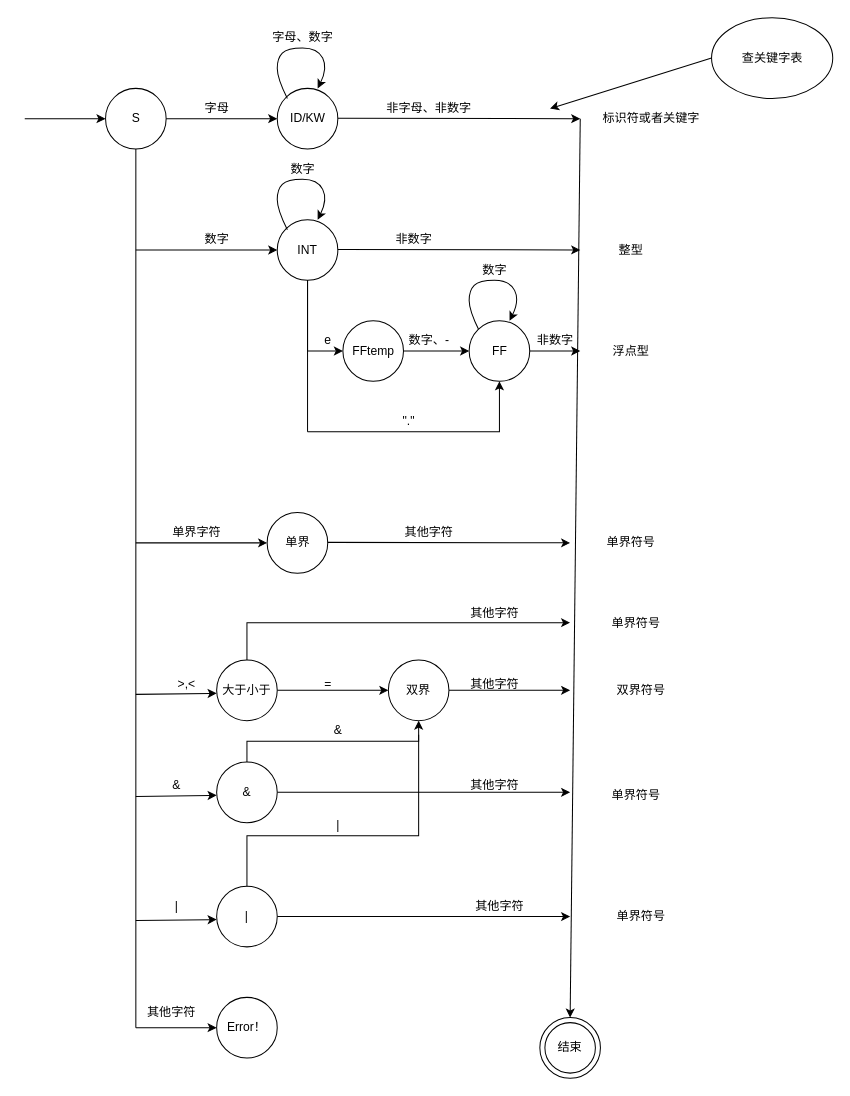
This is Draw/Untitled Diagram.drawio from Allen191819/Draw.io, a draw.io file, before an edit. Source tidied: cells renumbered, new cells numbered last; positions are measured from the earlier drawing's top-left corner, leaving out a move shared by most shapes. Both pictures are drawn from the tidied source at 101%, with x=0, y=0 at pixel (24, 17).
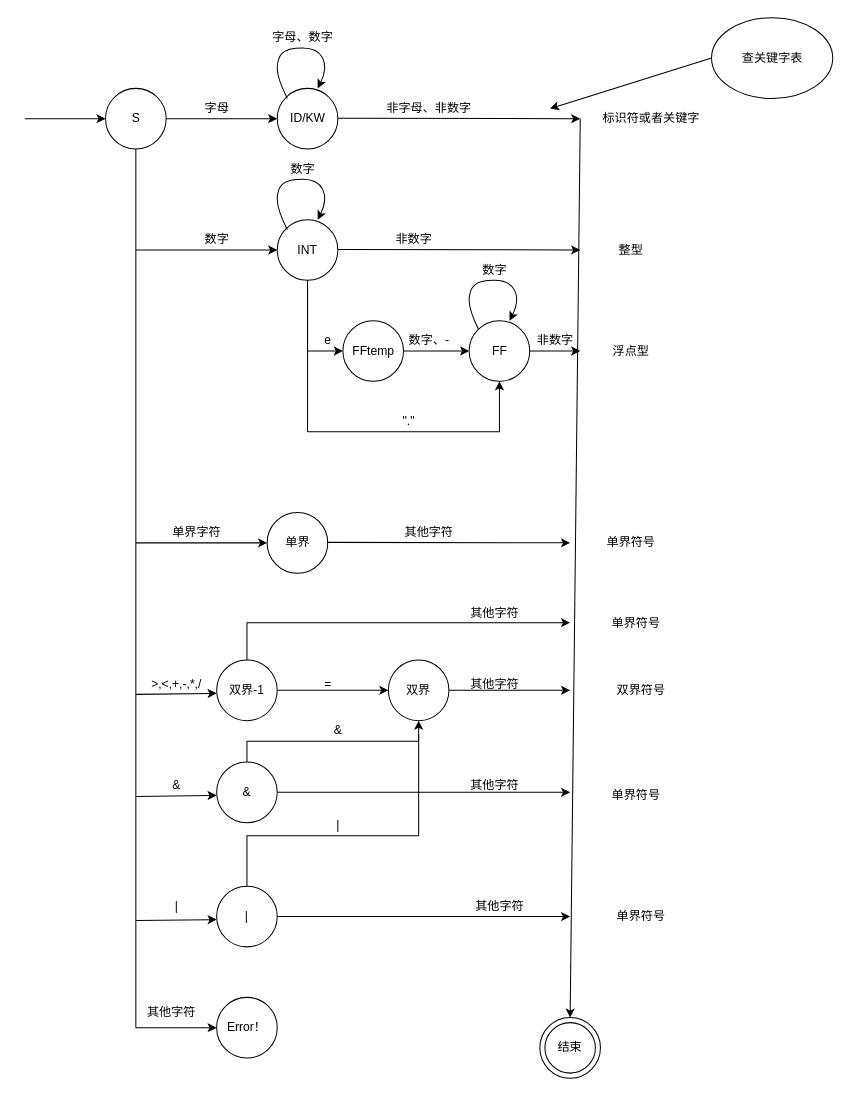
The same page after the edit.

The edit, as a diff of the source:
```diff
@@
-    <mxCell id="18" value="大于小于" style="ellipse;whiteSpace=wrap;html=1;" parent="1" vertex="1">
+    <mxCell id="18" value="双界-1" style="ellipse;whiteSpace=wrap;html=1;" parent="1" vertex="1">
       <mxGeometry x="190" y="636" width="60" height="60" as="geometry" />
     </mxCell>
@@
-    <mxCell id="71" value="&amp;gt;,&amp;lt;" style="text;html=1;align=center;verticalAlign=middle;fillColor=none;strokeColor=none;rounded=0;" parent="1" vertex="1">
-      <mxGeometry x="145" y="650" width="30" height="20" as="geometry" />
+    <mxCell id="71" value="&amp;gt;,&amp;lt;,+,-,*,/" style="text;html=1;align=center;verticalAlign=middle;fillColor=none;strokeColor=none;rounded=0;" parent="1" vertex="1">
+      <mxGeometry x="115" y="650" width="70" height="20" as="geometry" />
     </mxCell>
```
